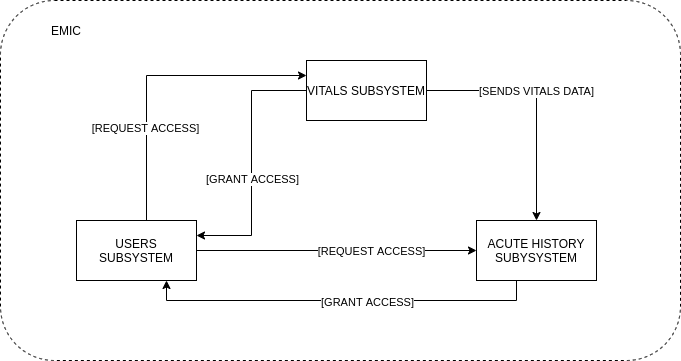
The draw.io diagram images/System_Architecture_Diagram.png in katlehoSebiloane/EMIC, before a commit. Source tidied: cells renumbered, new cells last; positions are measured from the earlier drawing's top-left corner, leaving out a move shared by most shapes. Source of this version:
```xml
<mxGraphModel>
  <root>
    <mxCell id="0" />
    <mxCell id="1" parent="0" />
    <mxCell id="2" style="rounded=1;whiteSpace=wrap;html=1;dashed=1;" parent="1" vertex="1">
      <mxGeometry width="680" height="360" as="geometry" />
    </mxCell>
    <mxCell id="3" value="EMIC" style="text;html=1;strokeColor=none;fillColor=none;align=center;verticalAlign=middle;whiteSpace=wrap;rounded=0;dashed=1;" parent="1" vertex="1">
      <mxGeometry x="46" y="20" width="40" height="20" as="geometry" />
    </mxCell>
    <mxCell id="4" style="edgeStyle=orthogonalEdgeStyle;rounded=0;jettySize=auto;html=1;entryX=0.5;entryY=0;entryDx=0;entryDy=0;" parent="1" edge="1" source="8" target="11">
      <mxGeometry relative="1" as="geometry" />
    </mxCell>
    <mxCell id="5" value="[SENDS VITALS DATA]" style="edgeLabel;html=1;align=center;verticalAlign=middle;" parent="4" vertex="1">
      <mxGeometry x="-0.08" y="-1" relative="1" as="geometry" />
    </mxCell>
    <mxCell id="6" style="edgeStyle=orthogonalEdgeStyle;rounded=0;jettySize=auto;html=1;entryX=1;entryY=0.25;entryDx=0;entryDy=0;" parent="1" edge="1" source="8" target="16">
      <mxGeometry relative="1" as="geometry" />
    </mxCell>
    <mxCell id="7" value="[GRANT ACCESS]" style="edgeLabel;html=1;align=center;verticalAlign=middle;" parent="6" vertex="1">
      <mxGeometry x="-0.12" relative="1" as="geometry">
        <mxPoint y="31" as="offset" />
      </mxGeometry>
    </mxCell>
    <mxCell id="8" value="VITALS SUBSYSTEM" style="rounded=0;whiteSpace=wrap;html=1;" parent="1" vertex="1">
      <mxGeometry x="306" y="60" width="120" height="60" as="geometry" />
    </mxCell>
    <mxCell id="9" style="edgeStyle=orthogonalEdgeStyle;rounded=0;jettySize=auto;html=1;entryX=0.75;entryY=1;entryDx=0;entryDy=0;" parent="1" edge="1" source="11" target="16">
      <mxGeometry relative="1" as="geometry">
        <Array as="points">
          <mxPoint x="516" y="300" />
          <mxPoint x="166" y="300" />
        </Array>
      </mxGeometry>
    </mxCell>
    <mxCell id="10" value="[GRANT ACCESS]" style="edgeLabel;html=1;align=center;verticalAlign=middle;" parent="9" vertex="1">
      <mxGeometry x="0.05" y="1" relative="1" as="geometry">
        <mxPoint x="35" as="offset" />
      </mxGeometry>
    </mxCell>
    <mxCell id="11" value="ACUTE HISTORY SUBYSYSTEM" style="rounded=0;whiteSpace=wrap;html=1;" parent="1" vertex="1">
      <mxGeometry x="476" y="220" width="120" height="60" as="geometry" />
    </mxCell>
    <mxCell id="12" style="edgeStyle=orthogonalEdgeStyle;rounded=0;jettySize=auto;html=1;" parent="1" edge="1" source="16" target="11">
      <mxGeometry relative="1" as="geometry" />
    </mxCell>
    <mxCell id="13" value="[REQUEST ACCESS]" style="edgeLabel;html=1;align=center;verticalAlign=middle;" parent="12" vertex="1">
      <mxGeometry x="0.24" relative="1" as="geometry" />
    </mxCell>
    <mxCell id="14" style="edgeStyle=orthogonalEdgeStyle;rounded=0;jettySize=auto;html=1;entryX=0;entryY=0.25;entryDx=0;entryDy=0;" parent="1" edge="1" source="16" target="8">
      <mxGeometry relative="1" as="geometry">
        <Array as="points">
          <mxPoint x="146" y="75" />
        </Array>
      </mxGeometry>
    </mxCell>
    <mxCell id="15" value="[REQUEST ACCESS]" style="edgeLabel;html=1;align=center;verticalAlign=middle;" parent="14" vertex="1">
      <mxGeometry x="-0.39" y="2" relative="1" as="geometry" />
    </mxCell>
    <mxCell id="16" value="USERS SUBSYSTEM" style="rounded=0;whiteSpace=wrap;html=1;" parent="1" vertex="1">
      <mxGeometry x="76" y="220" width="120" height="60" as="geometry" />
    </mxCell>
  </root>
</mxGraphModel>
```
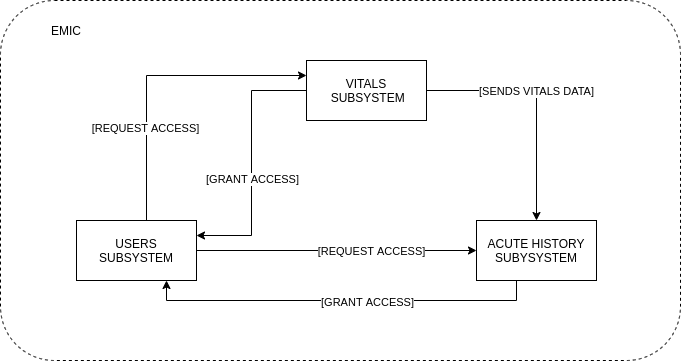
The same file after the commit.

Diff of the diagram source:
```diff
@@ -22,7 +22,7 @@
         <mxPoint y="31" as="offset" />
       </mxGeometry>
     </mxCell>
-    <mxCell id="8" value="VITALS SUBSYSTEM" style="rounded=0;whiteSpace=wrap;html=1;" parent="1" vertex="1">
+    <mxCell id="8" value="VITALS&lt;br&gt;&amp;nbsp;SUBSYSTEM" style="rounded=0;whiteSpace=wrap;html=1;" parent="1" vertex="1">
       <mxGeometry x="306" y="60" width="120" height="60" as="geometry" />
     </mxCell>
     <mxCell id="9" style="edgeStyle=orthogonalEdgeStyle;rounded=0;jettySize=auto;html=1;entryX=0.75;entryY=1;entryDx=0;entryDy=0;" parent="1" edge="1" source="11" target="16">
```
